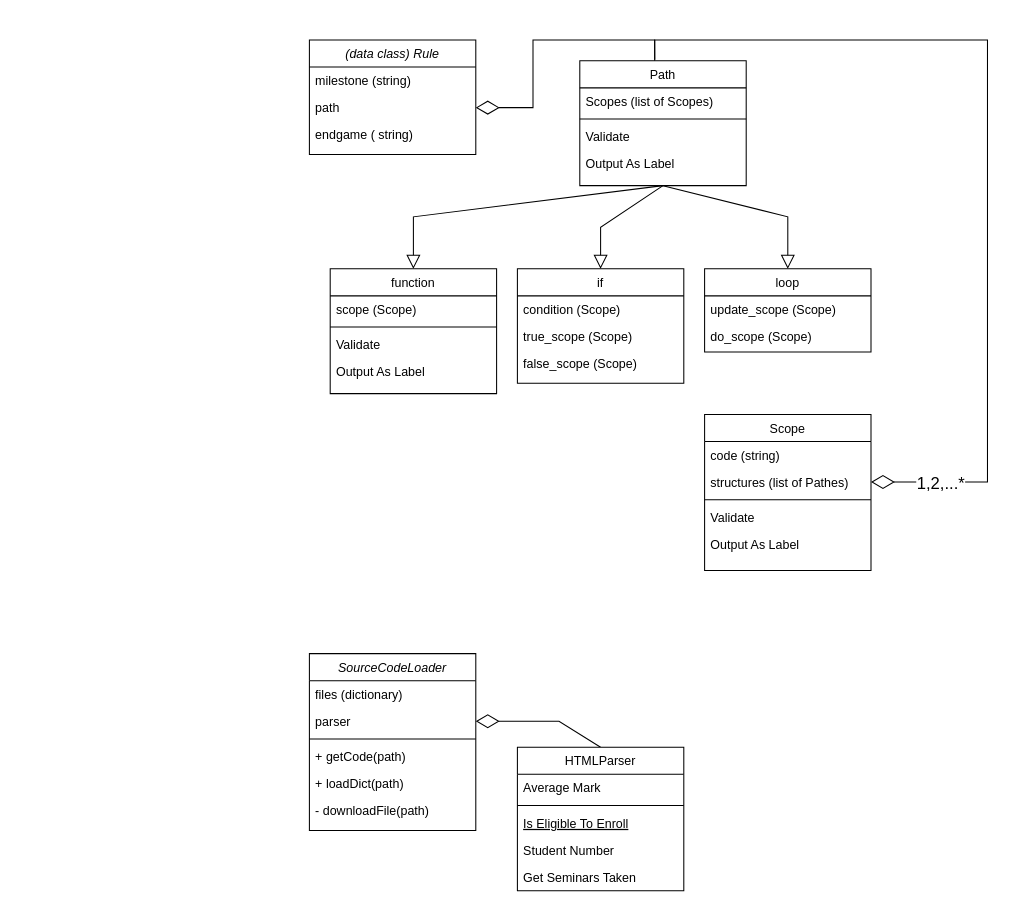
The draw.io diagram Untitled Diagram.drawio in zivnaim/simon, before the edit. Source tidied: cells renumbered, new cells numbered last; positions are measured from the earlier drawing's top-left corner, leaving out a move shared by most shapes. Both pictures are drawn from the tidied source at 104%, with x=0, y=0 at pixel (309, 40).
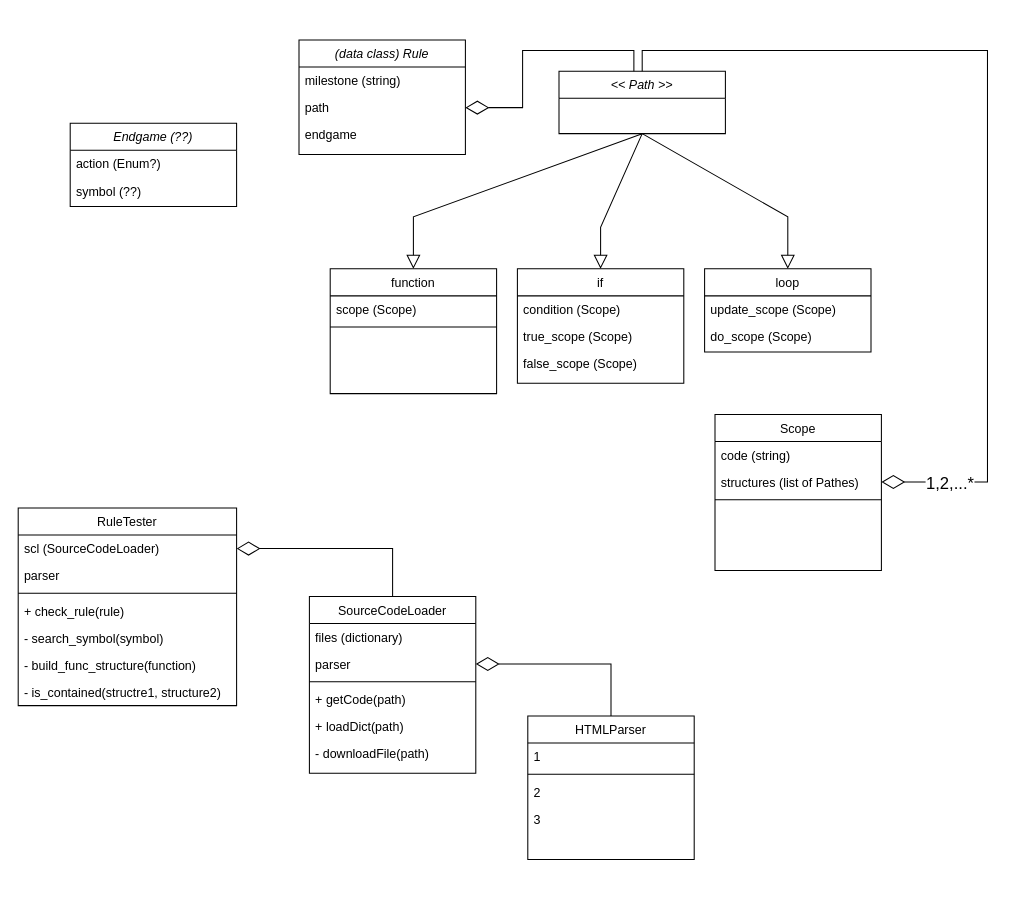
The same diagram, later.

The change refers to these unchanged cells:
```xml
<mxCell id="4" value="path" style="text;align=left;verticalAlign=top;spacingLeft=4;spacingRight=4;overflow=hidden;points=[[0,0.5],[1,0.5]];portConstraint=eastwest;rounded=0;shadow=0;html=0;" parent="2" vertex="1">
  <mxGeometry y="52" width="160" height="26" as="geometry" />
</mxCell>
<mxCell id="16" value="parser" style="text;align=left;verticalAlign=top;spacingLeft=4;spacingRight=4;overflow=hidden;points=[[0,0.5],[1,0.5]];portConstraint=eastwest;rounded=0;shadow=0;html=0;" parent="14" vertex="1">
  <mxGeometry y="52" width="160" height="26" as="geometry" />
</mxCell>
<mxCell id="31" value="structures (list of Pathes)" style="text;align=left;verticalAlign=top;spacingLeft=4;spacingRight=4;overflow=hidden;points=[[0,0.5],[1,0.5]];portConstraint=eastwest;rounded=0;shadow=0;html=0;" parent="29" vertex="1">
  <mxGeometry y="52" width="160" height="26" as="geometry" />
</mxCell>
<mxCell id="35" value="function" style="swimlane;fontStyle=0;align=center;verticalAlign=top;horizontal=1;startSize=26;rounded=0;shadow=0;strokeWidth=1;" parent="1" vertex="1">
  <mxGeometry x="20" y="220" width="160" height="120" as="geometry" />
</mxCell>
```

What changed in the source:
```diff
@@
     <mxCell id="2" value="(data class) Rule" style="swimlane;fontStyle=2;align=center;verticalAlign=top;horizontal=1;startSize=26;rounded=0;shadow=0;strokeWidth=1;" parent="1" vertex="1">
-      <mxGeometry width="160" height="110" as="geometry" />
+      <mxGeometry x="-10" width="160" height="110" as="geometry" />
     </mxCell>
@@
-    <mxCell id="5" value="endgame ( string)" style="text;align=left;verticalAlign=top;spacingLeft=4;spacingRight=4;overflow=hidden;rounded=0;shadow=0;html=0;" parent="2" vertex="1">
+    <mxCell id="5" value="endgame" style="text;align=left;verticalAlign=top;spacingLeft=4;spacingRight=4;overflow=hidden;rounded=0;shadow=0;html=0;" parent="2" vertex="1">
       <mxGeometry y="78" width="160" height="26" as="geometry" />
     </mxCell>
@@
-    <mxCell id="9" value="Path" style="swimlane;fontStyle=0;align=center;verticalAlign=top;horizontal=1;startSize=26;rounded=0;shadow=0;strokeWidth=1;" parent="1" vertex="1">
-      <mxGeometry x="260" y="20" width="160" height="120" as="geometry" />
+    <mxCell id="9" value="&lt;&lt; Path &gt;&gt;" style="swimlane;fontStyle=2;align=center;verticalAlign=top;horizontal=1;startSize=26;rounded=0;shadow=0;strokeWidth=1;" parent="1" vertex="1">
+      <mxGeometry x="240" y="30" width="160" height="60" as="geometry" />
     </mxCell>
-    <mxCell id="10" value="Scopes (list of Scopes)" style="text;align=left;verticalAlign=top;spacingLeft=4;spacingRight=4;overflow=hidden;rounded=0;shadow=0;html=0;" parent="9" vertex="1">
-      <mxGeometry y="26" width="160" height="26" as="geometry" />
-    </mxCell>
-    <mxCell id="11" style="line;html=1;strokeWidth=1;align=left;verticalAlign=middle;spacingTop=-1;spacingLeft=3;spacingRight=3;labelPosition=right;" parent="9" vertex="1">
-      <mxGeometry y="52" width="160" height="8" as="geometry" />
-    </mxCell>
-    <mxCell id="12" value="Validate" style="text;align=left;verticalAlign=top;spacingLeft=4;spacingRight=4;overflow=hidden;" parent="9" vertex="1">
-      <mxGeometry y="60" width="160" height="26" as="geometry" />
-    </mxCell>
-    <mxCell id="13" value="Output As Label" style="text;align=left;verticalAlign=top;spacingLeft=4;spacingRight=4;overflow=hidden;" parent="9" vertex="1">
-      <mxGeometry y="86" width="160" height="26" as="geometry" />
-    </mxCell>
-    <mxCell id="14" value="SourceCodeLoader" style="swimlane;fontStyle=2;align=center;verticalAlign=top;horizontal=1;startSize=26;rounded=0;shadow=0;strokeWidth=1;" parent="1" vertex="1">
-      <mxGeometry y="590" width="160" height="170" as="geometry" />
+    <mxCell id="14" value="SourceCodeLoader" style="swimlane;fontStyle=0;align=center;verticalAlign=top;horizontal=1;startSize=26;rounded=0;shadow=0;strokeWidth=1;" parent="1" vertex="1">
+      <mxGeometry y="535" width="160" height="170" as="geometry" />
     </mxCell>
@@
-    <mxCell id="21" style="edgeStyle=none;rounded=0;jettySize=auto;html=1;endArrow=diamondThin;endFill=0;entryX=1;entryY=0.5;entryDx=0;entryDy=0;startArrow=none;startFill=0;strokeWidth=1;endSize=20;exitX=0.5;exitY=0;exitDx=0;exitDy=0;" parent="1" edge="1" source="22" target="16">
-      <mxGeometry relative="1" as="geometry">
-        <Array as="points">
-          <mxPoint x="240" y="655" />
-        </Array>
-      </mxGeometry>
-    </mxCell>
     <mxCell id="22" value="HTMLParser" style="swimlane;fontStyle=0;align=center;verticalAlign=top;horizontal=1;startSize=26;rounded=0;shadow=0;strokeWidth=1;" parent="1" vertex="1">
-      <mxGeometry x="200" y="680" width="160" height="138" as="geometry" />
+      <mxGeometry x="210" y="650" width="160" height="138" as="geometry" />
     </mxCell>
-    <mxCell id="23" value="Average Mark" style="text;align=left;verticalAlign=top;spacingLeft=4;spacingRight=4;overflow=hidden;rounded=0;shadow=0;html=0;" parent="22" vertex="1">
+    <mxCell id="23" value="1" style="text;align=left;verticalAlign=top;spacingLeft=4;spacingRight=4;overflow=hidden;rounded=0;shadow=0;html=0;" parent="22" vertex="1">
       <mxGeometry y="26" width="160" height="26" as="geometry" />
     </mxCell>
@@
-    <mxCell id="25" value="Is Eligible To Enroll" style="text;align=left;verticalAlign=top;spacingLeft=4;spacingRight=4;overflow=hidden;fontStyle=4;" parent="22" vertex="1">
-      <mxGeometry y="60" width="160" height="26" as="geometry" />
-    </mxCell>
-    <mxCell id="26" value="Student Number" style="text;align=left;verticalAlign=top;spacingLeft=4;spacingRight=4;overflow=hidden;" parent="22" vertex="1">
-      <mxGeometry y="86" width="160" height="26" as="geometry" />
-    </mxCell>
-    <mxCell id="27" value="Get Seminars Taken" style="text;align=left;verticalAlign=top;spacingLeft=4;spacingRight=4;overflow=hidden;" parent="22" vertex="1">
-      <mxGeometry y="112" width="160" height="26" as="geometry" />
-    </mxCell>
+    <mxCell id="49" value="2" style="text;align=left;verticalAlign=top;spacingLeft=4;spacingRight=4;overflow=hidden;rounded=0;shadow=0;html=0;" parent="22" vertex="1">
+      <mxGeometry y="60" width="160" height="26" as="geometry" />
+    </mxCell>
+    <mxCell id="50" value="3" style="text;align=left;verticalAlign=top;spacingLeft=4;spacingRight=4;overflow=hidden;rounded=0;shadow=0;html=0;" parent="22" vertex="1">
+      <mxGeometry y="86" width="160" height="26" as="geometry" />
+    </mxCell>
     <mxCell id="28" style="edgeStyle=orthogonalEdgeStyle;rounded=0;jettySize=auto;html=1;entryX=0.45;entryY=0;entryDx=0;entryDy=0;entryPerimeter=0;endArrow=none;endFill=0;startArrow=diamondThin;startFill=0;startSize=20;" parent="1" edge="1" source="4" target="9">
-      <mxGeometry relative="1" as="geometry" />
+      <mxGeometry relative="1" as="geometry">
+        <Array as="points">
+          <mxPoint x="205" y="65" />
+          <mxPoint x="205" y="10" />
+          <mxPoint x="312" y="10" />
+        </Array>
+      </mxGeometry>
     </mxCell>
     <mxCell id="29" value="Scope" style="swimlane;fontStyle=0;align=center;verticalAlign=top;horizontal=1;startSize=26;rounded=0;shadow=0;strokeWidth=1;" parent="1" vertex="1">
-      <mxGeometry x="380" y="360" width="160" height="150" as="geometry" />
+      <mxGeometry x="390" y="360" width="160" height="150" as="geometry" />
     </mxCell>
@@
-    <mxCell id="33" value="Validate" style="text;align=left;verticalAlign=top;spacingLeft=4;spacingRight=4;overflow=hidden;" parent="29" vertex="1">
-      <mxGeometry y="86" width="160" height="26" as="geometry" />
-    </mxCell>
-    <mxCell id="34" value="Output As Label" style="text;align=left;verticalAlign=top;spacingLeft=4;spacingRight=4;overflow=hidden;" parent="29" vertex="1">
-      <mxGeometry y="112" width="160" height="26" as="geometry" />
-    </mxCell>
@@
-    <mxCell id="38" value="Validate" style="text;align=left;verticalAlign=top;spacingLeft=4;spacingRight=4;overflow=hidden;" parent="35" vertex="1">
-      <mxGeometry y="60" width="160" height="26" as="geometry" />
-    </mxCell>
-    <mxCell id="39" value="Output As Label" style="text;align=left;verticalAlign=top;spacingLeft=4;spacingRight=4;overflow=hidden;" parent="35" vertex="1">
-      <mxGeometry y="86" width="160" height="26" as="geometry" />
-    </mxCell>
@@
-    <mxCell id="47" style="edgeStyle=none;rounded=0;jettySize=auto;html=1;entryX=0.438;entryY=-0.008;entryDx=0;entryDy=0;entryPerimeter=0;fontSize=16;endArrow=none;endFill=0;startSize=20;endSize=11;startArrow=diamondThin;startFill=0;exitX=1;exitY=0.5;exitDx=0;exitDy=0;" parent="1" edge="1" source="31">
+    <mxCell id="47" style="edgeStyle=none;rounded=0;jettySize=auto;html=1;entryX=0.5;entryY=0;entryDx=0;entryDy=0;fontSize=16;endArrow=none;endFill=0;startSize=20;endSize=11;startArrow=diamondThin;startFill=0;exitX=1;exitY=0.5;exitDx=0;exitDy=0;" parent="1" edge="1" source="31" target="9">
       <mxGeometry relative="1" as="geometry">
-        <mxPoint x="332.1" y="19" as="targetPoint" />
         <Array as="points">
           <mxPoint x="652" y="425" />
-          <mxPoint x="652" />
-          <mxPoint x="332" />
+          <mxPoint x="652" y="10" />
+          <mxPoint x="320" y="10" />
         </Array>
       </mxGeometry>
     </mxCell>
@@
+    <mxCell id="51" value="Endgame (??)" style="swimlane;fontStyle=2;align=center;verticalAlign=top;horizontal=1;startSize=26;rounded=0;shadow=0;strokeWidth=1;" parent="1" vertex="1">
+      <mxGeometry x="-230" y="80" width="160" height="80" as="geometry" />
+    </mxCell>
+    <mxCell id="52" value="action (Enum?)" style="text;align=left;verticalAlign=top;spacingLeft=4;spacingRight=4;overflow=hidden;" parent="51" vertex="1">
+      <mxGeometry y="26" width="160" height="26" as="geometry" />
+    </mxCell>
+    <mxCell id="53" value="symbol (??)" style="text;align=left;verticalAlign=top;spacingLeft=4;spacingRight=4;overflow=hidden;rounded=0;shadow=0;html=0;" parent="51" vertex="1">
+      <mxGeometry y="52" width="160" height="26" as="geometry" />
+    </mxCell>
+    <mxCell id="54" value="RuleTester" style="swimlane;fontStyle=0;align=center;verticalAlign=top;horizontal=1;startSize=26;rounded=0;shadow=0;strokeWidth=1;" parent="1" vertex="1">
+      <mxGeometry x="-280" y="450" width="210" height="190" as="geometry" />
+    </mxCell>
+    <mxCell id="55" value="scl (SourceCodeLoader)" style="text;align=left;verticalAlign=top;spacingLeft=4;spacingRight=4;overflow=hidden;points=[[0,0.5],[1,0.5]];portConstraint=eastwest;" parent="54" vertex="1">
+      <mxGeometry y="26" width="210" height="26" as="geometry" />
+    </mxCell>
+    <mxCell id="56" value="parser" style="text;align=left;verticalAlign=top;spacingLeft=4;spacingRight=4;overflow=hidden;rounded=0;shadow=0;html=0;" parent="54" vertex="1">
+      <mxGeometry y="52" width="210" height="26" as="geometry" />
+    </mxCell>
+    <mxCell id="57" style="line;html=1;strokeWidth=1;align=left;verticalAlign=middle;spacingTop=-1;spacingLeft=3;spacingRight=3;labelPosition=right;" parent="54" vertex="1">
+      <mxGeometry y="78" width="210" height="8" as="geometry" />
+    </mxCell>
+    <mxCell id="58" value="+ check_rule(rule)" style="text;align=left;verticalAlign=top;spacingLeft=4;spacingRight=4;overflow=hidden;" parent="54" vertex="1">
+      <mxGeometry y="86" width="210" height="26" as="geometry" />
+    </mxCell>
+    <mxCell id="59" value="- search_symbol(symbol)" style="text;align=left;verticalAlign=top;spacingLeft=4;spacingRight=4;overflow=hidden;" parent="54" vertex="1">
+      <mxGeometry y="112" width="210" height="26" as="geometry" />
+    </mxCell>
+    <mxCell id="60" value="- build_func_structure(function)" style="text;align=left;verticalAlign=top;spacingLeft=4;spacingRight=4;overflow=hidden;" parent="54" vertex="1">
+      <mxGeometry y="138" width="210" height="26" as="geometry" />
+    </mxCell>
+    <mxCell id="61" value="- is_contained(structre1, structure2)" style="text;align=left;verticalAlign=top;spacingLeft=4;spacingRight=4;overflow=hidden;" parent="54" vertex="1">
+      <mxGeometry y="164" width="210" height="26" as="geometry" />
+    </mxCell>
+    <mxCell id="62" style="edgeStyle=orthogonalEdgeStyle;rounded=0;jettySize=auto;html=1;exitX=1;exitY=0.5;exitDx=0;exitDy=0;entryX=0.5;entryY=0;entryDx=0;entryDy=0;fontSize=16;startArrow=diamondThin;startFill=0;endArrow=none;endFill=0;startSize=20;endSize=11;" parent="1" edge="1" source="55" target="14">
+      <mxGeometry relative="1" as="geometry" />
+    </mxCell>
+    <mxCell id="63" style="edgeStyle=orthogonalEdgeStyle;rounded=0;jettySize=auto;html=1;exitX=1;exitY=0.5;exitDx=0;exitDy=0;entryX=0.5;entryY=0;entryDx=0;entryDy=0;fontSize=16;startArrow=diamondThin;startFill=0;endArrow=none;endFill=0;startSize=20;endSize=11;" parent="1" edge="1" source="16" target="22">
+      <mxGeometry relative="1" as="geometry" />
+    </mxCell>
```
